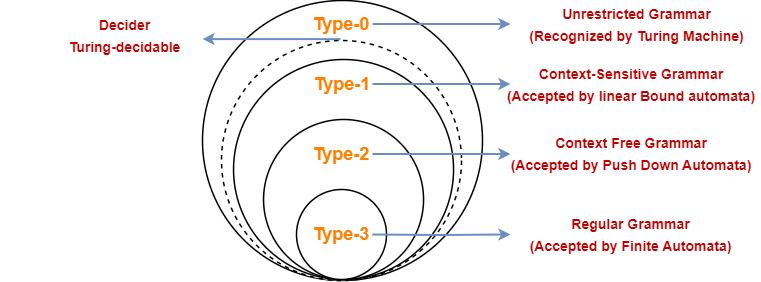
Before: CS/计算理论与编译/计算理论/ChomskyHierarchy.png, a diagram exported from draw.io (superwjfeng/MarkdownWriting). Source tidied: cells renumbered, new cells last; positions are measured from the earlier drawing's top-left corner, leaving out a move shared by most shapes. The source it was exported from:
```xml
<mxGraphModel background="#ffffff">
  <root>
    <mxCell id="0" />
    <mxCell id="1" parent="0" />
    <mxCell id="2" value="&lt;font style=&quot;font-size: 14px&quot; color=&quot;#bd0000&quot;&gt;&lt;b&gt;Context-Sensitive Grammar &lt;br&gt;(Accepted by linear Bound automata)&lt;/b&gt;&lt;/font&gt;" style="text;html=1;strokeColor=none;fillColor=none;align=center;verticalAlign=middle;whiteSpace=wrap;rounded=0;fontSize=18;fontColor=#FF8000;" parent="1" vertex="1">
      <mxGeometry x="501" y="69" width="260" height="30" as="geometry" />
    </mxCell>
    <mxCell id="3" value="&lt;font style=&quot;font-size: 14px&quot;&gt;&lt;b&gt;&lt;font color=&quot;#bd0000&quot;&gt;Context Free Grammar&lt;br&gt;(Accepted by Push Down Automata)&lt;/font&gt;&lt;/b&gt;&lt;br&gt;&lt;/font&gt;" style="text;html=1;strokeColor=none;fillColor=none;align=center;verticalAlign=middle;whiteSpace=wrap;rounded=0;fontSize=18;fontColor=#FF8000;" parent="1" vertex="1">
      <mxGeometry x="501" y="138" width="260" height="30" as="geometry" />
    </mxCell>
    <mxCell id="4" style="ellipse;whiteSpace=wrap;html=1;strokeWidth=1.5;" parent="1" vertex="1">
      <mxGeometry x="202" width="280" height="280" as="geometry" />
    </mxCell>
    <mxCell id="5" value="z" style="ellipse;whiteSpace=wrap;html=1;strokeWidth=1.5;dashed=1;" parent="1" vertex="1">
      <mxGeometry x="221" y="40" width="240" height="240" as="geometry" />
    </mxCell>
    <mxCell id="6" style="ellipse;whiteSpace=wrap;html=1;strokeWidth=1.5;" parent="1" vertex="1">
      <mxGeometry x="233.1" y="59" width="220" height="220" as="geometry" />
    </mxCell>
    <mxCell id="7" style="ellipse;whiteSpace=wrap;html=1;strokeWidth=1.5;" parent="1" vertex="1">
      <mxGeometry x="263.1" y="119" width="160" height="160" as="geometry" />
    </mxCell>
    <mxCell id="8" style="ellipse;whiteSpace=wrap;html=1;strokeWidth=1.5;" parent="1" vertex="1">
      <mxGeometry x="296" y="189" width="90" height="90" as="geometry" />
    </mxCell>
    <mxCell id="9" value="&lt;font style=&quot;font-size: 18px&quot; color=&quot;#ff8000&quot;&gt;&lt;b&gt;Type-1&lt;/b&gt;&lt;/font&gt;" style="text;html=1;strokeColor=none;fillColor=none;align=center;verticalAlign=middle;whiteSpace=wrap;rounded=0;" parent="1" vertex="1">
      <mxGeometry x="312" y="69" width="60" height="30" as="geometry" />
    </mxCell>
    <mxCell id="10" value="&lt;font style=&quot;font-size: 18px&quot; color=&quot;#ff8000&quot;&gt;&lt;b&gt;Type-0&lt;/b&gt;&lt;/font&gt;" style="text;html=1;strokeColor=none;fillColor=none;align=center;verticalAlign=middle;whiteSpace=wrap;rounded=0;" parent="1" vertex="1">
      <mxGeometry x="311" y="9" width="60" height="30" as="geometry" />
    </mxCell>
    <mxCell id="11" value="&lt;font style=&quot;font-size: 18px&quot; color=&quot;#ff8000&quot;&gt;&lt;b&gt;Type-2&lt;/b&gt;&lt;/font&gt;" style="text;html=1;strokeColor=none;fillColor=none;align=center;verticalAlign=middle;whiteSpace=wrap;rounded=0;" parent="1" vertex="1">
      <mxGeometry x="311" y="139" width="60" height="30" as="geometry" />
    </mxCell>
    <mxCell id="12" value="&lt;font style=&quot;font-size: 18px&quot; color=&quot;#ff8000&quot;&gt;&lt;b&gt;Type-3&lt;/b&gt;&lt;/font&gt;" style="text;html=1;strokeColor=none;fillColor=none;align=center;verticalAlign=middle;whiteSpace=wrap;rounded=0;" parent="1" vertex="1">
      <mxGeometry x="311" y="219" width="60" height="30" as="geometry" />
    </mxCell>
    <mxCell id="13" style="endArrow=classic;html=1;rounded=0;fontSize=18;fontColor=#FF8000;strokeWidth=2;fillColor=#dae8fc;strokeColor=#6c8ebf;" parent="1" edge="1">
      <mxGeometry relative="1" as="geometry">
        <mxPoint x="372" y="23.5" as="sourcePoint" />
        <mxPoint x="510" y="23.5" as="targetPoint" />
      </mxGeometry>
    </mxCell>
    <mxCell id="14" style="endArrow=classic;html=1;rounded=0;fontSize=18;fontColor=#FF8000;strokeWidth=2;fillColor=#dae8fc;strokeColor=#6c8ebf;" parent="1" edge="1">
      <mxGeometry relative="1" as="geometry">
        <mxPoint x="372" y="83.5" as="sourcePoint" />
        <mxPoint x="510" y="83.5" as="targetPoint" />
      </mxGeometry>
    </mxCell>
    <mxCell id="15" style="endArrow=classic;html=1;rounded=0;fontSize=18;fontColor=#FF8000;strokeWidth=2;fillColor=#dae8fc;strokeColor=#6c8ebf;" parent="1" edge="1">
      <mxGeometry relative="1" as="geometry">
        <mxPoint x="372" y="153.5" as="sourcePoint" />
        <mxPoint x="510" y="153.5" as="targetPoint" />
      </mxGeometry>
    </mxCell>
    <mxCell id="16" style="endArrow=classic;html=1;rounded=0;fontSize=18;fontColor=#FF8000;strokeWidth=2;fillColor=#dae8fc;strokeColor=#6c8ebf;" parent="1" edge="1">
      <mxGeometry relative="1" as="geometry">
        <mxPoint x="372" y="234" as="sourcePoint" />
        <mxPoint x="510" y="234" as="targetPoint" />
        <Array as="points">
          <mxPoint x="441" y="234.5" />
        </Array>
      </mxGeometry>
    </mxCell>
    <mxCell id="17" value="&lt;span style=&quot;font-size: 14px&quot;&gt;&lt;b&gt;&lt;font color=&quot;#bd0000&quot;&gt;Unrestricted Grammar&lt;br&gt;(Recognized by Turing Machine)&lt;/font&gt;&lt;/b&gt;&lt;br&gt;&lt;/span&gt;" style="text;html=1;strokeColor=none;fillColor=none;align=center;verticalAlign=middle;whiteSpace=wrap;rounded=0;fontSize=18;fontColor=#FF8000;" parent="1" vertex="1">
      <mxGeometry x="512" y="9" width="249" height="30" as="geometry" />
    </mxCell>
    <mxCell id="18" value="&lt;font style=&quot;font-size: 14px&quot; color=&quot;#bd0000&quot;&gt;&lt;b&gt;Regular Grammar&lt;br&gt;(Accepted by Finite Automata)&lt;/b&gt;&lt;/font&gt;" style="text;html=1;strokeColor=none;fillColor=none;align=center;verticalAlign=middle;whiteSpace=wrap;rounded=0;fontSize=18;fontColor=#FF8000;" parent="1" vertex="1">
      <mxGeometry x="501" y="219" width="259" height="30" as="geometry" />
    </mxCell>
    <mxCell id="19" style="endArrow=none;html=1;rounded=0;fontSize=18;fontColor=#FF8000;strokeWidth=2;fillColor=#dae8fc;strokeColor=#6c8ebf;startArrow=classic;startFill=1;endFill=0;" parent="1" edge="1">
      <mxGeometry relative="1" as="geometry">
        <mxPoint x="202" y="38.6" as="sourcePoint" />
        <mxPoint x="340" y="38.6" as="targetPoint" />
      </mxGeometry>
    </mxCell>
    <mxCell id="20" value="&lt;div&gt;&lt;font color=&quot;#bd0000&quot;&gt;&lt;span style=&quot;font-size: 14px;&quot;&gt;&lt;b&gt;Decider&lt;/b&gt;&lt;/span&gt;&lt;/font&gt;&lt;/div&gt;&lt;font color=&quot;#bd0000&quot;&gt;&lt;span style=&quot;font-size: 14px;&quot;&gt;&lt;b&gt;Turing-decidable&lt;/b&gt;&lt;/span&gt;&lt;/font&gt;" style="text;html=1;strokeColor=none;fillColor=none;align=center;verticalAlign=middle;whiteSpace=wrap;rounded=0;fontSize=18;fontColor=#FF8000;" parent="1" vertex="1">
      <mxGeometry y="20" width="249" height="30" as="geometry" />
    </mxCell>
  </root>
</mxGraphModel>
```
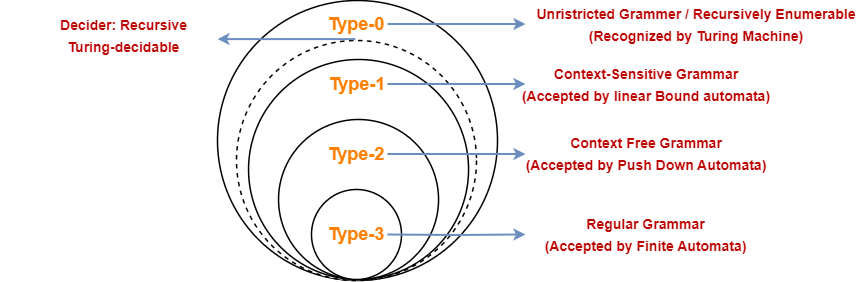
After the commit.

The edit, as a diff of the source:
```diff
@@ -62,8 +62,8 @@
         </Array>
       </mxGeometry>
     </mxCell>
-    <mxCell id="17" value="&lt;span style=&quot;font-size: 14px&quot;&gt;&lt;b&gt;&lt;font color=&quot;#bd0000&quot;&gt;Unrestricted Grammar&lt;br&gt;(Recognized by Turing Machine)&lt;/font&gt;&lt;/b&gt;&lt;br&gt;&lt;/span&gt;" style="text;html=1;strokeColor=none;fillColor=none;align=center;verticalAlign=middle;whiteSpace=wrap;rounded=0;fontSize=18;fontColor=#FF8000;" parent="1" vertex="1">
-      <mxGeometry x="512" y="9" width="249" height="30" as="geometry" />
+    <mxCell id="17" value="&lt;span style=&quot;font-size: 14px&quot;&gt;&lt;b&gt;&lt;font color=&quot;#bd0000&quot;&gt;Unristricted Grammer / Recursively Enumerable&lt;br&gt;(Recognized by Turing Machine)&lt;/font&gt;&lt;/b&gt;&lt;br&gt;&lt;/span&gt;" style="text;html=1;strokeColor=none;fillColor=none;align=center;verticalAlign=middle;whiteSpace=wrap;rounded=0;fontSize=18;fontColor=#FF8000;" parent="1" vertex="1">
+      <mxGeometry x="512" y="9" width="338" height="30" as="geometry" />
     </mxCell>
     <mxCell id="18" value="&lt;font style=&quot;font-size: 14px&quot; color=&quot;#bd0000&quot;&gt;&lt;b&gt;Regular Grammar&lt;br&gt;(Accepted by Finite Automata)&lt;/b&gt;&lt;/font&gt;" style="text;html=1;strokeColor=none;fillColor=none;align=center;verticalAlign=middle;whiteSpace=wrap;rounded=0;fontSize=18;fontColor=#FF8000;" parent="1" vertex="1">
       <mxGeometry x="501" y="219" width="259" height="30" as="geometry" />
@@ -74,8 +74,8 @@
         <mxPoint x="340" y="38.6" as="targetPoint" />
       </mxGeometry>
     </mxCell>
-    <mxCell id="20" value="&lt;div&gt;&lt;font color=&quot;#bd0000&quot;&gt;&lt;span style=&quot;font-size: 14px;&quot;&gt;&lt;b&gt;Decider&lt;/b&gt;&lt;/span&gt;&lt;/font&gt;&lt;/div&gt;&lt;font color=&quot;#bd0000&quot;&gt;&lt;span style=&quot;font-size: 14px;&quot;&gt;&lt;b&gt;Turing-decidable&lt;/b&gt;&lt;/span&gt;&lt;/font&gt;" style="text;html=1;strokeColor=none;fillColor=none;align=center;verticalAlign=middle;whiteSpace=wrap;rounded=0;fontSize=18;fontColor=#FF8000;" parent="1" vertex="1">
-      <mxGeometry y="20" width="249" height="30" as="geometry" />
+    <mxCell id="20" value="&lt;div&gt;&lt;font color=&quot;#bd0000&quot;&gt;&lt;span style=&quot;font-size: 14px;&quot;&gt;&lt;b&gt;Decider:&amp;nbsp;&lt;/b&gt;&lt;/span&gt;&lt;/font&gt;&lt;b style=&quot;background-color: initial; font-size: 14px;&quot;&gt;&lt;font color=&quot;#bd0000&quot;&gt;Recursive&lt;/font&gt;&lt;/b&gt;&lt;/div&gt;&lt;font color=&quot;#bd0000&quot;&gt;&lt;span style=&quot;font-size: 14px;&quot;&gt;&lt;b&gt;Turing-decidable&lt;/b&gt;&lt;/span&gt;&lt;/font&gt;" style="text;html=1;strokeColor=none;fillColor=none;align=center;verticalAlign=middle;whiteSpace=wrap;rounded=0;fontSize=18;fontColor=#FF8000;" parent="1" vertex="1">
+      <mxGeometry x="-16" y="20" width="249" height="30" as="geometry" />
     </mxCell>
   </root>
 </mxGraphModel>
```
